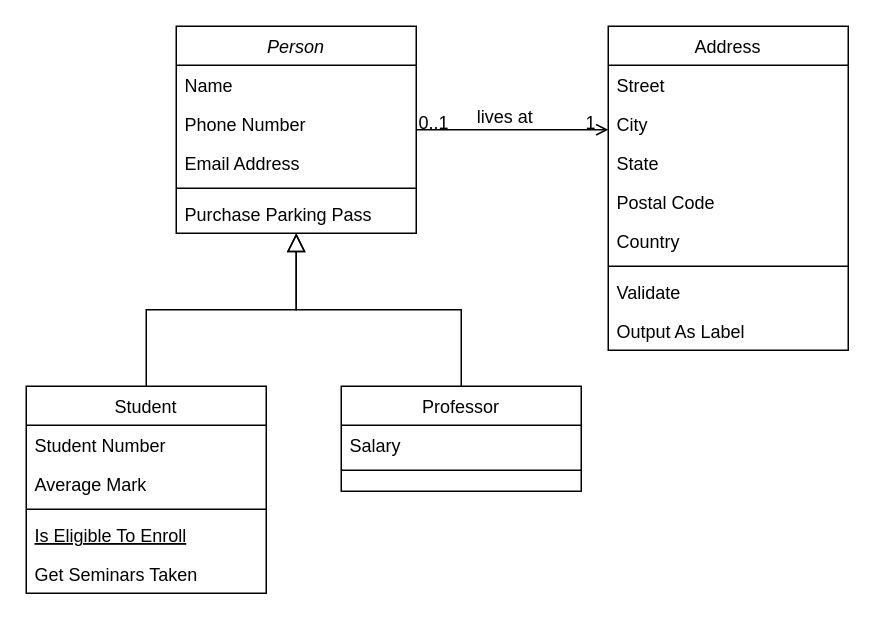
Earlier version of the draw.io diagram Diagram bez tytułu.drawio (JakubSyperek/django1). Source tidied: cells renumbered, new cells numbered last; positions are measured from the earlier drawing's top-left corner, leaving out a move shared by most shapes. Both pictures are drawn from the tidied source at 150%, with x=0, y=0 at pixel (26, 26).
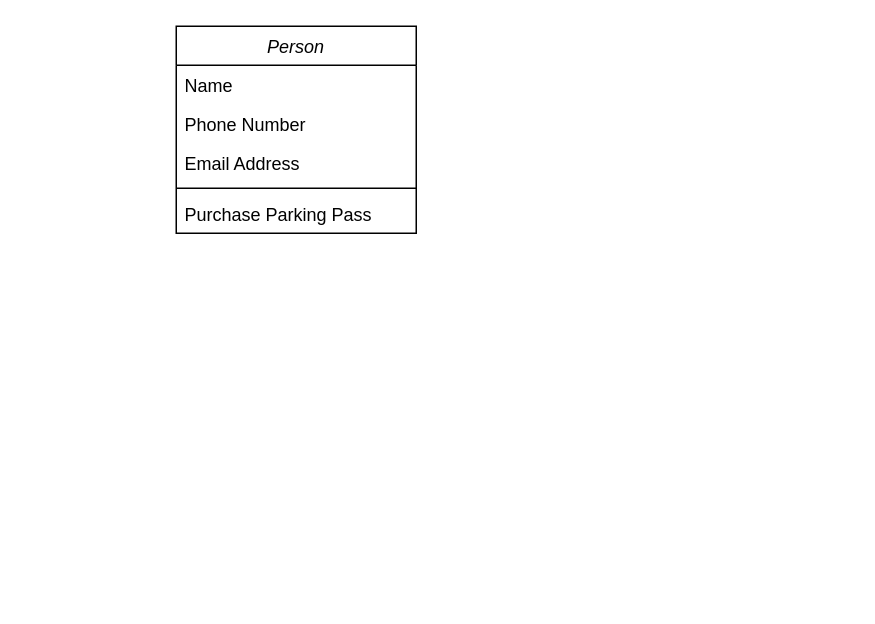
After the change.

Unchanged cells that the change refers to:
```xml
<mxCell id="2" value="Person" style="swimlane;fontStyle=2;align=center;verticalAlign=top;horizontal=1;startSize=26;rounded=0;shadow=0;strokeWidth=1;" parent="1" vertex="1">
  <mxGeometry x="100" width="160" height="138" as="geometry" />
</mxCell>
```

Change to the diagram source:
```diff
@@
-    <mxCell id="8" value="Student" style="swimlane;fontStyle=0;align=center;verticalAlign=top;horizontal=1;startSize=26;rounded=0;shadow=0;strokeWidth=1;" parent="1" vertex="1">
-      <mxGeometry y="240" width="160" height="138" as="geometry" />
-    </mxCell>
-    <mxCell id="9" value="Student Number" style="text;align=left;verticalAlign=top;spacingLeft=4;spacingRight=4;overflow=hidden;" parent="8" vertex="1">
-      <mxGeometry y="26" width="160" height="26" as="geometry" />
-    </mxCell>
-    <mxCell id="10" value="Average Mark" style="text;align=left;verticalAlign=top;spacingLeft=4;spacingRight=4;overflow=hidden;rounded=0;shadow=0;html=0;" parent="8" vertex="1">
-      <mxGeometry y="52" width="160" height="26" as="geometry" />
-    </mxCell>
-    <mxCell id="11" style="line;html=1;strokeWidth=1;align=left;verticalAlign=middle;spacingTop=-1;spacingLeft=3;spacingRight=3;labelPosition=right;" parent="8" vertex="1">
-      <mxGeometry y="78" width="160" height="8" as="geometry" />
-    </mxCell>
-    <mxCell id="12" value="Is Eligible To Enroll" style="text;align=left;verticalAlign=top;spacingLeft=4;spacingRight=4;overflow=hidden;fontStyle=4;" parent="8" vertex="1">
-      <mxGeometry y="86" width="160" height="26" as="geometry" />
-    </mxCell>
-    <mxCell id="13" value="Get Seminars Taken" style="text;align=left;verticalAlign=top;spacingLeft=4;spacingRight=4;overflow=hidden;" parent="8" vertex="1">
-      <mxGeometry y="112" width="160" height="26" as="geometry" />
-    </mxCell>
-    <mxCell id="14" style="endArrow=block;endSize=10;endFill=0;shadow=0;strokeWidth=1;rounded=0;curved=0;edgeStyle=elbowEdgeStyle;elbow=vertical;" parent="1" edge="1" source="8" target="2">
-      <mxGeometry relative="1" as="geometry" />
-    </mxCell>
-    <mxCell id="15" value="Professor" style="swimlane;fontStyle=0;align=center;verticalAlign=top;horizontal=1;startSize=26;rounded=0;shadow=0;strokeWidth=1;" parent="1" vertex="1">
-      <mxGeometry x="210" y="240" width="160" height="70" as="geometry" />
-    </mxCell>
-    <mxCell id="16" value="Salary" style="text;align=left;verticalAlign=top;spacingLeft=4;spacingRight=4;overflow=hidden;" parent="15" vertex="1">
-      <mxGeometry y="26" width="160" height="26" as="geometry" />
-    </mxCell>
-    <mxCell id="17" style="line;html=1;strokeWidth=1;align=left;verticalAlign=middle;spacingTop=-1;spacingLeft=3;spacingRight=3;labelPosition=right;" parent="15" vertex="1">
-      <mxGeometry y="52" width="160" height="8" as="geometry" />
-    </mxCell>
-    <mxCell id="18" style="endArrow=block;endSize=10;endFill=0;shadow=0;strokeWidth=1;rounded=0;curved=0;edgeStyle=elbowEdgeStyle;elbow=vertical;" parent="1" edge="1" source="15" target="2">
-      <mxGeometry relative="1" as="geometry" />
-    </mxCell>
-    <mxCell id="19" value="Address" style="swimlane;fontStyle=0;align=center;verticalAlign=top;horizontal=1;startSize=26;rounded=0;shadow=0;strokeWidth=1;" parent="1" vertex="1">
-      <mxGeometry x="388" width="160" height="216" as="geometry" />
-    </mxCell>
-    <mxCell id="20" value="Street" style="text;align=left;verticalAlign=top;spacingLeft=4;spacingRight=4;overflow=hidden;" parent="19" vertex="1">
-      <mxGeometry y="26" width="160" height="26" as="geometry" />
-    </mxCell>
-    <mxCell id="21" value="City" style="text;align=left;verticalAlign=top;spacingLeft=4;spacingRight=4;overflow=hidden;rounded=0;shadow=0;html=0;" parent="19" vertex="1">
-      <mxGeometry y="52" width="160" height="26" as="geometry" />
-    </mxCell>
-    <mxCell id="22" value="State" style="text;align=left;verticalAlign=top;spacingLeft=4;spacingRight=4;overflow=hidden;rounded=0;shadow=0;html=0;" parent="19" vertex="1">
-      <mxGeometry y="78" width="160" height="26" as="geometry" />
-    </mxCell>
-    <mxCell id="23" value="Postal Code" style="text;align=left;verticalAlign=top;spacingLeft=4;spacingRight=4;overflow=hidden;rounded=0;shadow=0;html=0;" parent="19" vertex="1">
-      <mxGeometry y="104" width="160" height="26" as="geometry" />
-    </mxCell>
-    <mxCell id="24" value="Country" style="text;align=left;verticalAlign=top;spacingLeft=4;spacingRight=4;overflow=hidden;rounded=0;shadow=0;html=0;" parent="19" vertex="1">
-      <mxGeometry y="130" width="160" height="26" as="geometry" />
-    </mxCell>
-    <mxCell id="25" style="line;html=1;strokeWidth=1;align=left;verticalAlign=middle;spacingTop=-1;spacingLeft=3;spacingRight=3;labelPosition=right;" parent="19" vertex="1">
-      <mxGeometry y="156" width="160" height="8" as="geometry" />
-    </mxCell>
-    <mxCell id="26" value="Validate" style="text;align=left;verticalAlign=top;spacingLeft=4;spacingRight=4;overflow=hidden;" parent="19" vertex="1">
-      <mxGeometry y="164" width="160" height="26" as="geometry" />
-    </mxCell>
-    <mxCell id="27" value="Output As Label" style="text;align=left;verticalAlign=top;spacingLeft=4;spacingRight=4;overflow=hidden;" parent="19" vertex="1">
-      <mxGeometry y="190" width="160" height="26" as="geometry" />
-    </mxCell>
-    <mxCell id="28" style="endArrow=open;shadow=0;strokeWidth=1;rounded=0;curved=0;endFill=1;edgeStyle=elbowEdgeStyle;elbow=vertical;" parent="1" edge="1" source="2" target="19">
-      <mxGeometry x="0.5" y="41" relative="1" as="geometry">
-        <mxPoint x="-40" y="32" as="offset" />
-      </mxGeometry>
-    </mxCell>
-    <mxCell id="29" value="0..1" style="align=left;verticalAlign=bottom;labelBackgroundColor=none;fontSize=12;" parent="28" vertex="1">
-      <mxGeometry x="-1" relative="1" as="geometry">
-        <mxPoint y="4" as="offset" />
-      </mxGeometry>
-    </mxCell>
-    <mxCell id="30" value="1" style="align=right;verticalAlign=bottom;labelBackgroundColor=none;fontSize=12;" parent="28" vertex="1">
-      <mxGeometry x="1" relative="1" as="geometry">
-        <mxPoint x="-7" y="4" as="offset" />
-      </mxGeometry>
-    </mxCell>
-    <mxCell id="31" value="lives at" style="text;html=1;align=center;verticalAlign=middle;labelBackgroundColor=none;rounded=0;shadow=0;strokeWidth=1;fontSize=12;" parent="28" vertex="1">
-      <mxGeometry x="0.5" y="49" relative="1" as="geometry">
-        <mxPoint x="-38" y="40" as="offset" />
-      </mxGeometry>
-    </mxCell>
```
